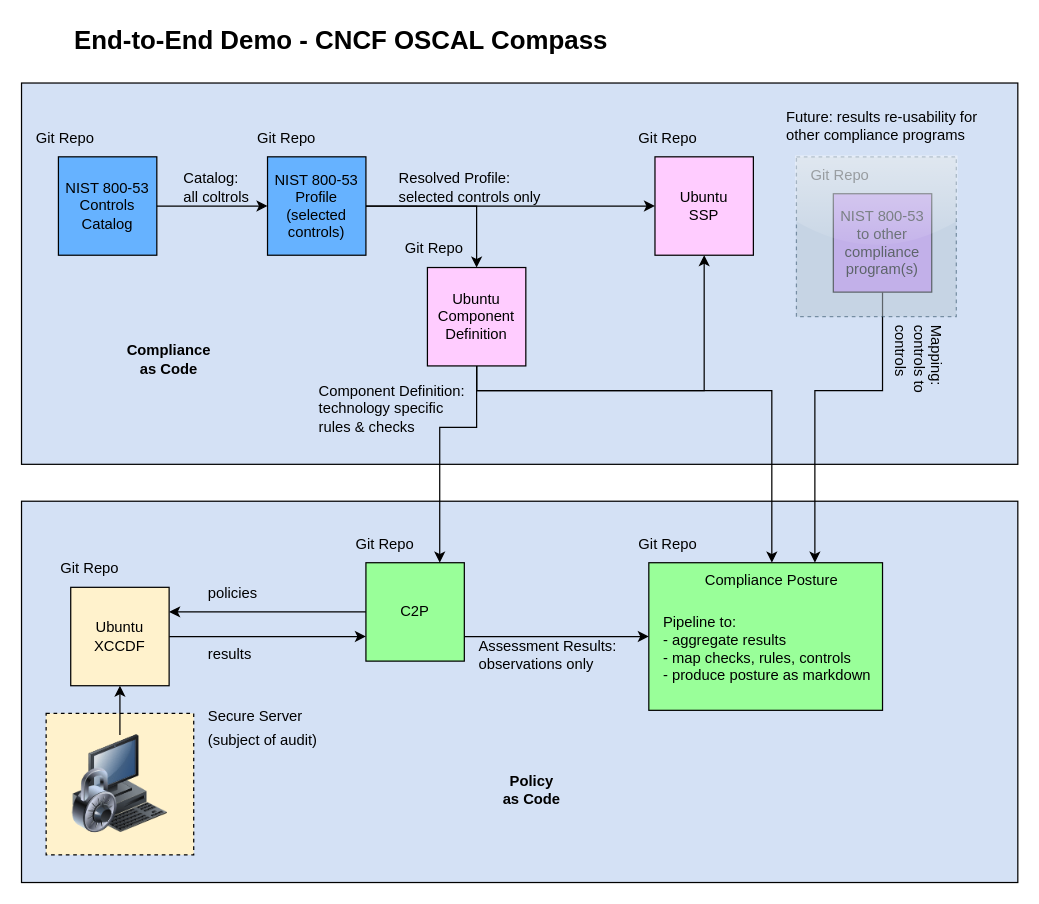
This is images/e2e-demo.c2p.drawio from oscal-compass/e2e-demo, a draw.io file, before an edit. Source tidied: cells renumbered, new cells numbered last; positions are measured from the earlier drawing's top-left corner, leaving out a move shared by most shapes. Both pictures are drawn from the tidied source at 123%, with x=0, y=0 at pixel (21, 21).
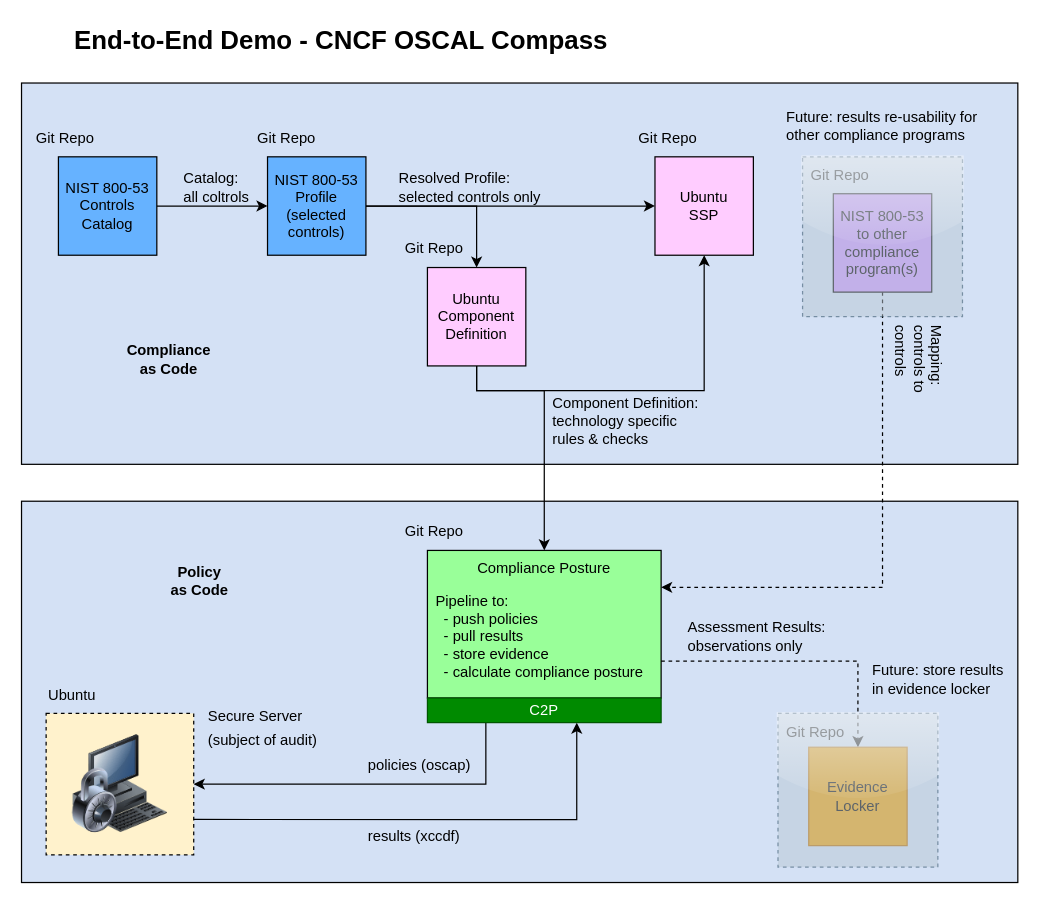
Above is the later version.

Unchanged cells that the change refers to:
```xml
<mxCell id="8" style="whiteSpace=wrap;html=1;dashed=1;fillColor=light-dark(#FFF2CC,var(--ge-dark-color, #121212));" parent="1" vertex="1">
  <mxGeometry x="20" y="562.5" width="120" height="115" as="geometry" />
</mxCell>
<mxCell id="19" value="Ubuntu Component Definition" style="whiteSpace=wrap;html=1;fillColor=light-dark(#FFCCFF,var(--ge-dark-color, #121212));" parent="1" vertex="1">
  <mxGeometry x="330" y="200" width="80" height="80" as="geometry" />
</mxCell>
<mxCell id="26" style="image;html=1;image=img/lib/clip_art/computers/Secure_System_128x128.png;" parent="1" vertex="1">
  <mxGeometry x="40" y="580" width="80" height="80" as="geometry" />
</mxCell>
<mxCell id="37" value="NIST 800-53 to other compliance program(s)" style="whiteSpace=wrap;html=1;fillColor=light-dark(#CC99FF,var(--ge-dark-color, #121212));" parent="1" vertex="1">
  <mxGeometry x="660" y="140" width="80" height="80" as="geometry" />
</mxCell>
```

Change to the diagram source:
```diff
@@
     <mxCell id="3" style="rounded=0;whiteSpace=wrap;html=1;fillColor=light-dark(#99FF99,var(--ge-dark-color, #121212));" parent="1" vertex="1">
-      <mxGeometry x="510" y="440" width="190" height="120" as="geometry" />
+      <mxGeometry x="330" y="430" width="190" height="120" as="geometry" />
     </mxCell>
@@
-    <mxCell id="5" style="edgeStyle=orthogonalEdgeStyle;rounded=0;jettySize=auto;html=1;exitX=0;exitY=0.5;exitDx=0;exitDy=0;entryX=1;entryY=0.25;entryDx=0;entryDy=0;" parent="1" edge="1" source="7" target="24">
-      <mxGeometry relative="1" as="geometry" />
-    </mxCell>
-    <mxCell id="6" style="edgeStyle=orthogonalEdgeStyle;rounded=0;jettySize=auto;html=1;exitX=1;exitY=0.75;exitDx=0;exitDy=0;entryX=0;entryY=0.5;entryDx=0;entryDy=0;" parent="1" edge="1" source="7" target="3">
-      <mxGeometry relative="1" as="geometry" />
-    </mxCell>
+    <mxCell id="50" style="edgeStyle=orthogonalEdgeStyle;rounded=0;jettySize=auto;html=1;exitX=0.25;exitY=1;exitDx=0;exitDy=0;entryX=1;entryY=0.5;entryDx=0;entryDy=0;" parent="1" edge="1" source="7" target="8">
+      <mxGeometry relative="1" as="geometry" />
+    </mxCell>
-    <mxCell id="7" value="C2P" style="rounded=0;whiteSpace=wrap;html=1;fillColor=light-dark(#99FF99,var(--ge-dark-color, #121212));" parent="1" vertex="1">
-      <mxGeometry x="280" y="440" width="80" height="80" as="geometry" />
+    <mxCell id="7" value="C2P" style="rounded=0;whiteSpace=wrap;html=1;fillColor=#008a00;fillStyle=auto;fontColor=#ffffff;strokeColor=#005700;" parent="1" vertex="1">
+      <mxGeometry x="330" y="550" width="190" height="20" as="geometry" />
     </mxCell>
@@
-    <mxCell id="16" style="edgeStyle=orthogonalEdgeStyle;rounded=0;jettySize=auto;html=1;exitX=0.5;exitY=1;exitDx=0;exitDy=0;entryX=0.75;entryY=0;entryDx=0;entryDy=0;" parent="1" edge="1" source="19" target="7">
-      <mxGeometry relative="1" as="geometry">
-        <Array as="points">
-          <mxPoint x="370" y="330" />
-          <mxPoint x="340" y="330" />
-        </Array>
-      </mxGeometry>
-    </mxCell>
-    <mxCell id="17" style="edgeStyle=orthogonalEdgeStyle;rounded=0;jettySize=auto;html=1;exitX=0.5;exitY=1;exitDx=0;exitDy=0;entryX=0.5;entryY=0;entryDx=0;entryDy=0;" parent="1" edge="1" source="19" target="35">
-      <mxGeometry relative="1" as="geometry">
-        <Array as="points">
-          <mxPoint x="370" y="300" />
-          <mxPoint x="610" y="300" />
-        </Array>
-      </mxGeometry>
-    </mxCell>
@@
+    <mxCell id="51" style="edgeStyle=orthogonalEdgeStyle;rounded=0;jettySize=auto;html=1;exitX=0.5;exitY=1;exitDx=0;exitDy=0;" parent="1" edge="1" source="19" target="3">
+      <mxGeometry relative="1" as="geometry">
+        <Array as="points">
+          <mxPoint x="370" y="300" />
+          <mxPoint x="425" y="300" />
+        </Array>
+      </mxGeometry>
+    </mxCell>
@@
-    <mxCell id="20" value="Git Repo" style="text;html=1;align=left;verticalAlign=middle;whiteSpace=wrap;rounded=0;" parent="1" vertex="1">
-      <mxGeometry x="270" y="410" width="60" height="30" as="geometry" />
-    </mxCell>
@@
-    <mxCell id="23" style="edgeStyle=orthogonalEdgeStyle;rounded=0;jettySize=auto;html=1;exitX=1;exitY=0.5;exitDx=0;exitDy=0;entryX=0;entryY=0.75;entryDx=0;entryDy=0;" parent="1" edge="1" source="24" target="7">
-      <mxGeometry relative="1" as="geometry" />
-    </mxCell>
-    <mxCell id="24" value="Ubuntu&lt;div&gt;XCCDF&lt;/div&gt;" style="whiteSpace=wrap;html=1;fillColor=light-dark(#FFF2CC,var(--ge-dark-color, #121212));" parent="1" vertex="1">
-      <mxGeometry x="40" y="460" width="80" height="80" as="geometry" />
-    </mxCell>
-    <mxCell id="25" style="edgeStyle=orthogonalEdgeStyle;rounded=0;jettySize=auto;html=1;exitX=0.5;exitY=0;exitDx=0;exitDy=0;entryX=0.5;entryY=1;entryDx=0;entryDy=0;" parent="1" edge="1" source="26" target="24">
-      <mxGeometry relative="1" as="geometry" />
-    </mxCell>
@@
     <mxCell id="30" value="Assessment Results:&lt;div&gt;observations only&lt;/div&gt;" style="text;html=1;align=left;verticalAlign=middle;whiteSpace=wrap;rounded=0;" parent="1" vertex="1">
-      <mxGeometry x="370" y="500" width="140" height="30" as="geometry" />
+      <mxGeometry x="540" y="485" width="140" height="30" as="geometry" />
     </mxCell>
+    <mxCell id="52" style="edgeStyle=orthogonalEdgeStyle;rounded=0;jettySize=auto;html=1;exitX=1;exitY=0.75;exitDx=0;exitDy=0;dashed=1;" parent="1" edge="1" source="3" target="56">
+      <mxGeometry relative="1" as="geometry" />
+    </mxCell>
-    <mxCell id="31" value="Pipeline to:&lt;div&gt;- aggregate results&lt;/div&gt;&lt;div&gt;- map checks, rules, controls&lt;/div&gt;&lt;div&gt;- produce posture as markdown&lt;/div&gt;" style="text;html=1;align=left;verticalAlign=middle;whiteSpace=wrap;rounded=0;" parent="1" vertex="1">
-      <mxGeometry x="520" y="470" width="180" height="80" as="geometry" />
+    <mxCell id="31" value="Pipeline to:&lt;div&gt;&amp;nbsp; - push policies&lt;/div&gt;&lt;div&gt;&amp;nbsp; - pull results&lt;/div&gt;&lt;div&gt;&amp;nbsp; - store evidence&lt;/div&gt;&lt;div&gt;&amp;nbsp; - calculate compliance posture&lt;/div&gt;" style="text;html=1;align=left;verticalAlign=middle;whiteSpace=wrap;rounded=0;" parent="1" vertex="1">
+      <mxGeometry x="335" y="460" width="180" height="80" as="geometry" />
     </mxCell>
@@
     <mxCell id="35" value="Compliance Posture" style="text;html=1;align=center;verticalAlign=middle;whiteSpace=wrap;rounded=0;" parent="1" vertex="1">
-      <mxGeometry x="540" y="440" width="140" height="30" as="geometry" />
+      <mxGeometry x="355" y="430" width="140" height="30" as="geometry" />
     </mxCell>
-    <mxCell id="36" style="edgeStyle=orthogonalEdgeStyle;rounded=0;jettySize=auto;html=1;exitX=0.5;exitY=1;exitDx=0;exitDy=0;entryX=0.75;entryY=0;entryDx=0;entryDy=0;" parent="1" edge="1" source="37" target="35">
-      <mxGeometry relative="1" as="geometry">
-        <Array as="points">
-          <mxPoint x="700" y="300" />
-          <mxPoint x="645" y="300" />
-        </Array>
-      </mxGeometry>
-    </mxCell>
+    <mxCell id="53" style="edgeStyle=orthogonalEdgeStyle;rounded=0;jettySize=auto;html=1;exitX=0.5;exitY=1;exitDx=0;exitDy=0;dashed=1;entryX=1;entryY=0.25;entryDx=0;entryDy=0;" parent="1" edge="1" source="37" target="3">
+      <mxGeometry relative="1" as="geometry" />
+    </mxCell>
@@
     <mxCell id="40" value="Policy as Code" style="text;html=1;align=center;verticalAlign=middle;whiteSpace=wrap;rounded=0;fontStyle=1;" parent="1" vertex="1">
-      <mxGeometry x="390" y="610" width="50" height="30" as="geometry" />
+      <mxGeometry x="120" y="440" width="50" height="30" as="geometry" />
     </mxCell>
@@
     <mxCell id="42" style="whiteSpace=wrap;html=1;dashed=1;fillColor=#bac8d3;glass=1;opacity=50;strokeColor=#23445d;" parent="1" vertex="1">
-      <mxGeometry x="630" y="110" width="130" height="130" as="geometry" />
+      <mxGeometry x="635" y="110" width="130" height="130" as="geometry" />
     </mxCell>
-    <mxCell id="43" value="Git Repo" style="text;html=1;align=left;verticalAlign=middle;whiteSpace=wrap;rounded=0;" parent="1" vertex="1">
-      <mxGeometry x="30" y="430" width="60" height="30" as="geometry" />
-    </mxCell>
@@
-    <mxCell id="45" value="policies" style="text;html=1;align=left;verticalAlign=middle;whiteSpace=wrap;rounded=0;" parent="1" vertex="1">
-      <mxGeometry x="150" y="450" width="90" height="30" as="geometry" />
+    <mxCell id="45" value="policies (oscap)" style="text;html=1;align=left;verticalAlign=middle;whiteSpace=wrap;rounded=0;" parent="1" vertex="1">
+      <mxGeometry x="280" y="590" width="90" height="30" as="geometry" />
     </mxCell>
-    <mxCell id="46" value="results" style="text;html=1;align=left;verticalAlign=middle;whiteSpace=wrap;rounded=0;" parent="1" vertex="1">
-      <mxGeometry x="150" y="500" width="60" height="30" as="geometry" />
+    <mxCell id="46" value="results (xccdf)" style="text;html=1;align=left;verticalAlign=middle;whiteSpace=wrap;rounded=0;" parent="1" vertex="1">
+      <mxGeometry x="280" y="647.5" width="80" height="30" as="geometry" />
     </mxCell>
     <mxCell id="47" value="Git Repo" style="text;html=1;align=left;verticalAlign=middle;whiteSpace=wrap;rounded=0;" parent="1" vertex="1">
-      <mxGeometry x="500" y="410" width="60" height="30" as="geometry" />
+      <mxGeometry x="310" y="400" width="60" height="30" as="geometry" />
     </mxCell>
     <mxCell id="48" value="Component Definition:&lt;div&gt;technology specific&lt;/div&gt;&lt;div&gt;rules &amp;amp; checks&lt;/div&gt;" style="text;html=1;align=left;verticalAlign=middle;whiteSpace=wrap;rounded=0;" parent="1" vertex="1">
-      <mxGeometry x="240" y="300" width="130" height="30" as="geometry" />
+      <mxGeometry x="430" y="310" width="130" height="30" as="geometry" />
     </mxCell>
@@
+    <mxCell id="54" style="edgeStyle=orthogonalEdgeStyle;rounded=0;jettySize=auto;html=1;exitX=1;exitY=0.75;exitDx=0;exitDy=0;entryX=0.639;entryY=1;entryDx=0;entryDy=0;entryPerimeter=0;" parent="1" edge="1" source="8" target="7">
+      <mxGeometry relative="1" as="geometry" />
+    </mxCell>
+    <mxCell id="55" value="Ubuntu" style="text;html=1;align=left;verticalAlign=middle;whiteSpace=wrap;rounded=0;" parent="1" vertex="1">
+      <mxGeometry x="20" y="532.5" width="120" height="30" as="geometry" />
+    </mxCell>
+    <mxCell id="56" value="Evidence Locker" style="whiteSpace=wrap;html=1;fillColor=#f0a30a;fontColor=#000000;strokeColor=#BD7000;" parent="1" vertex="1">
+      <mxGeometry x="640" y="590" width="80" height="80" as="geometry" />
+    </mxCell>
+    <mxCell id="57" value="Git Repo" style="text;html=1;align=left;verticalAlign=middle;whiteSpace=wrap;rounded=0;" parent="1" vertex="1">
+      <mxGeometry x="620" y="562.5" width="60" height="30" as="geometry" />
+    </mxCell>
+    <mxCell id="58" style="whiteSpace=wrap;html=1;dashed=1;fillColor=#bac8d3;glass=1;opacity=50;strokeColor=#23445d;" parent="1" vertex="1">
+      <mxGeometry x="615" y="562.5" width="130" height="125" as="geometry" />
+    </mxCell>
+    <mxCell id="59" value="Future: store results in evidence locker" style="text;html=1;align=left;verticalAlign=middle;whiteSpace=wrap;rounded=0;" parent="1" vertex="1">
+      <mxGeometry x="690" y="520" width="110" height="30" as="geometry" />
+    </mxCell>
```
